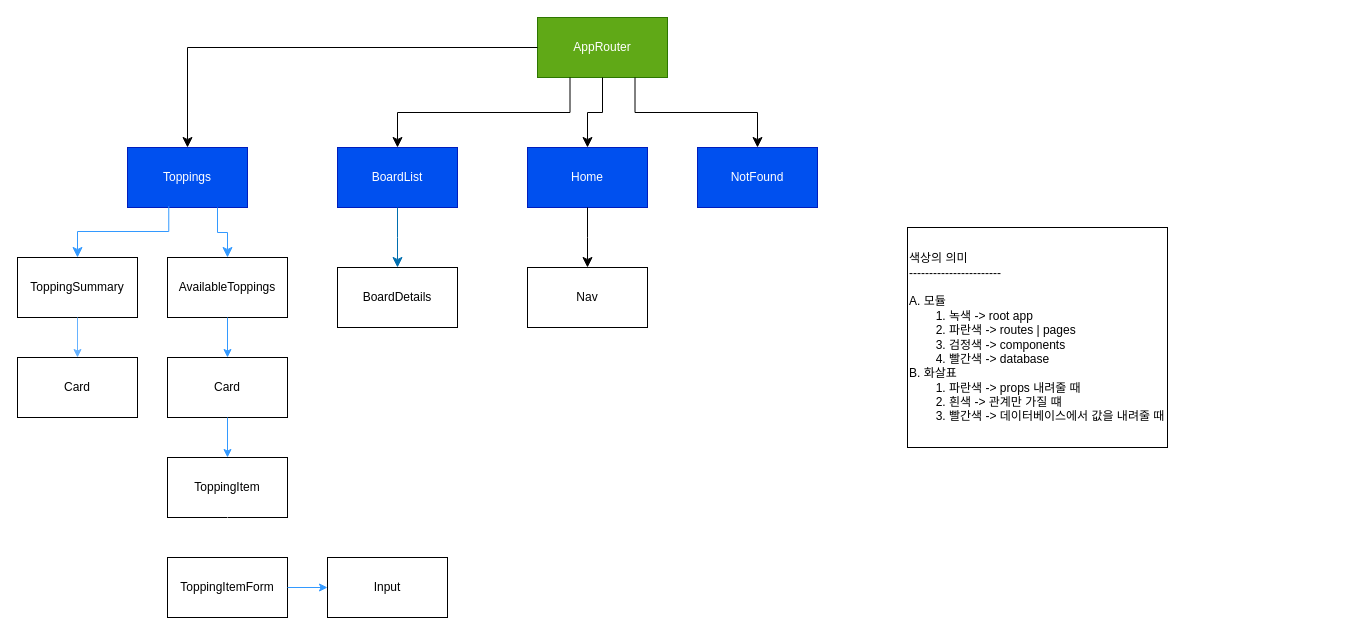
Earlier version of the draw.io diagram react/playground/document/컴포넌트-계통도.drawio (Doohwancho/javascript). Source tidied: cells renumbered, new cells numbered last; positions are measured from the earlier drawing's top-left corner, leaving out a move shared by most shapes. Both pictures are drawn from the tidied source at 100%, with x=0, y=0 at pixel (17, 17).
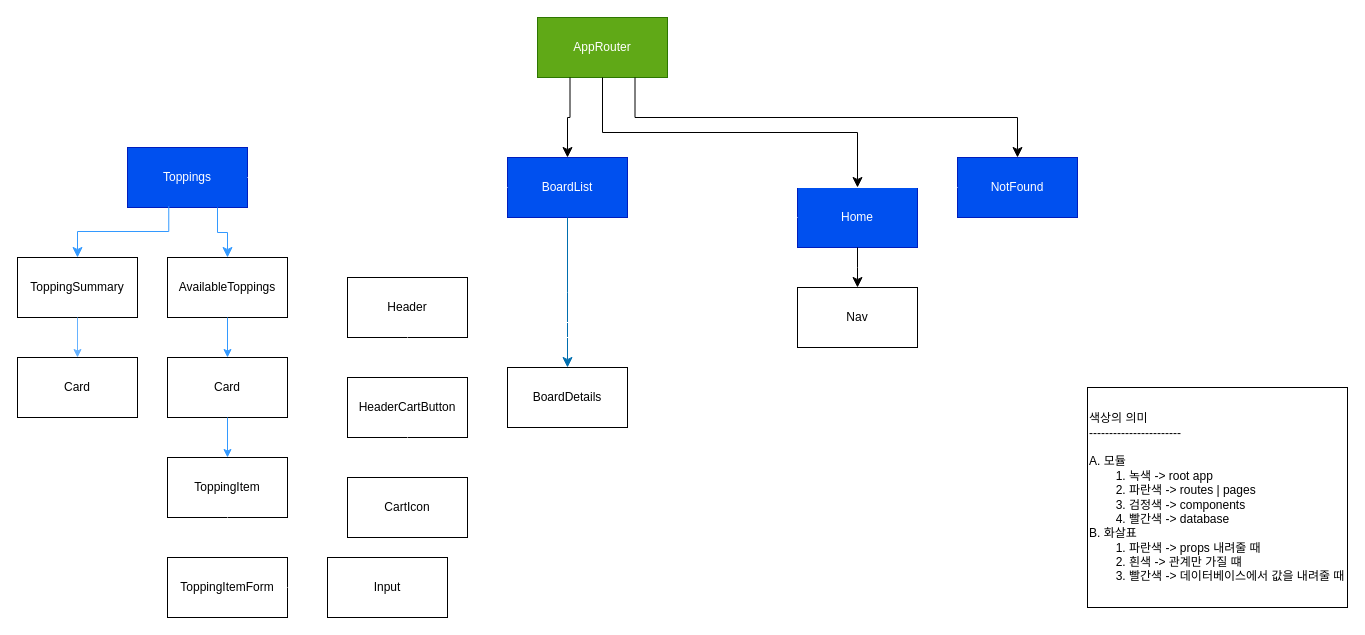
The same diagram, later.

The change refers to these unchanged cells:
```xml
<mxCell id="2" value="AppRouter" style="rounded=0;whiteSpace=wrap;html=1;fillColor=#60a917;fontColor=#ffffff;strokeColor=#2D7600;" parent="1" vertex="1">
  <mxGeometry x="520" width="130" height="60" as="geometry" />
</mxCell>
<mxCell id="14" value="Toppings" style="rounded=0;whiteSpace=wrap;html=1;fillColor=#0050ef;fontColor=#ffffff;strokeColor=#001DBC;" parent="1" vertex="1">
  <mxGeometry x="110" y="130" width="120" height="60" as="geometry" />
</mxCell>
<mxCell id="21" value="ToppingItemForm" style="rounded=0;whiteSpace=wrap;html=1;" parent="1" vertex="1">
  <mxGeometry x="150" y="540" width="120" height="60" as="geometry" />
</mxCell>
<mxCell id="28" value="Input" style="rounded=0;whiteSpace=wrap;html=1;" parent="1" vertex="1">
  <mxGeometry x="310" y="540" width="120" height="60" as="geometry" />
</mxCell>
```

The edit, as a diff of the source:
```diff
@@
     <mxCell id="3" value="Home" style="rounded=0;whiteSpace=wrap;html=1;fillColor=#0050ef;fontColor=#ffffff;strokeColor=#001DBC;" parent="1" vertex="1">
-      <mxGeometry x="510" y="130" width="120" height="60" as="geometry" />
+      <mxGeometry x="780" y="170" width="120" height="60" as="geometry" />
     </mxCell>
     <mxCell id="4" value="NotFound" style="rounded=0;whiteSpace=wrap;html=1;fillColor=#0050ef;fontColor=#ffffff;strokeColor=#001DBC;" parent="1" vertex="1">
-      <mxGeometry x="680" y="130" width="120" height="60" as="geometry" />
+      <mxGeometry x="940" y="140" width="120" height="60" as="geometry" />
     </mxCell>
     <mxCell id="5" value="Nav" style="rounded=0;whiteSpace=wrap;html=1;" parent="1" vertex="1">
-      <mxGeometry x="510" y="250" width="120" height="60" as="geometry" />
+      <mxGeometry x="780" y="270" width="120" height="60" as="geometry" />
     </mxCell>
@@
     <mxCell id="9" value="BoardDetails" style="rounded=0;whiteSpace=wrap;html=1;" parent="1" vertex="1">
-      <mxGeometry x="320" y="250" width="120" height="60" as="geometry" />
+      <mxGeometry x="490" y="350" width="120" height="60" as="geometry" />
     </mxCell>
     <mxCell id="10" value="BoardList" style="rounded=0;whiteSpace=wrap;html=1;fillColor=#0050ef;fontColor=#ffffff;strokeColor=#001DBC;" parent="1" vertex="1">
-      <mxGeometry x="320" y="130" width="120" height="60" as="geometry" />
+      <mxGeometry x="490" y="140" width="120" height="60" as="geometry" />
     </mxCell>
@@
     <mxCell id="13" value="색상의 의미&lt;br&gt;-----------------------&lt;br&gt;&lt;br&gt;A. 모듈&lt;br&gt;&lt;span style=&quot;white-space: pre;&quot;&gt;&#9;&lt;/span&gt;1. 녹색 -&amp;gt; root app&lt;br&gt;&lt;span style=&quot;white-space: pre;&quot;&gt;&#9;&lt;/span&gt;2. 파란색 -&amp;gt; routes | pages&lt;br&gt;&lt;span style=&quot;white-space: pre;&quot;&gt;&#9;&lt;/span&gt;3. 검정색 -&amp;gt; components&lt;br&gt;&lt;span style=&quot;white-space: pre;&quot;&gt;&#9;&lt;/span&gt;4. 빨간색 -&amp;gt; database&lt;br&gt;B. 화살표&lt;br&gt;&lt;span style=&quot;white-space: pre;&quot;&gt;&#9;&lt;/span&gt;1. 파란색 -&amp;gt; props 내려줄 때&lt;br&gt;&lt;span style=&quot;white-space: pre;&quot;&gt;&#9;&lt;/span&gt;2. 흰색 -&amp;gt; 관계만 가질 떄&lt;br&gt;&lt;span style=&quot;white-space: pre;&quot;&gt;&#9;&lt;/span&gt;3. 빨간색 -&amp;gt; 데이터베이스에서 값을 내려줄 때" style="rounded=0;whiteSpace=wrap;html=1;align=left;" parent="1" vertex="1">
-      <mxGeometry x="890" y="210" width="260" height="220" as="geometry" />
+      <mxGeometry x="1070" y="370" width="260" height="220" as="geometry" />
     </mxCell>
@@
-    <mxCell id="15" style="edgeStyle=segmentEdgeStyle;endArrow=classic;html=1;curved=0;rounded=0;endSize=8;startSize=8;exitX=0;exitY=0.5;exitDx=0;exitDy=0;entryX=0.5;entryY=0;entryDx=0;entryDy=0;" parent="1" edge="1" source="2" target="14">
-      <mxGeometry relative="1" as="geometry" />
-    </mxCell>
@@
-    <mxCell id="29" style="endArrow=classic;html=1;strokeColor=#3399FF;exitX=1;exitY=0.5;exitDx=0;exitDy=0;entryX=0;entryY=0.5;entryDx=0;entryDy=0;fillColor=#f5f5f5;" parent="1" edge="1" source="21" target="28">
+    <mxCell id="29" style="endArrow=classic;html=1;strokeColor=#FFFFFF;exitX=1;exitY=0.5;exitDx=0;exitDy=0;entryX=0;entryY=0.5;entryDx=0;entryDy=0;fillColor=#f5f5f5;" parent="1" edge="1" source="21" target="28">
       <mxGeometry relative="1" as="geometry" />
     </mxCell>
+    <mxCell id="30" value="Header" style="rounded=0;whiteSpace=wrap;html=1;" parent="1" vertex="1">
+      <mxGeometry x="330" y="260" width="120" height="60" as="geometry" />
+    </mxCell>
+    <mxCell id="31" value="HeaderCartButton" style="rounded=0;whiteSpace=wrap;html=1;" parent="1" vertex="1">
+      <mxGeometry x="330" y="360" width="120" height="60" as="geometry" />
+    </mxCell>
+    <mxCell id="32" style="endArrow=classic;html=1;strokeColor=#FFFFFF;exitX=0.5;exitY=1;exitDx=0;exitDy=0;entryX=0.5;entryY=0;entryDx=0;entryDy=0;" parent="1" edge="1" source="30" target="31">
+      <mxGeometry relative="1" as="geometry" />
+    </mxCell>
+    <mxCell id="15" style="edgeStyle=elbowEdgeStyle;elbow=vertical;endArrow=classic;html=1;curved=0;rounded=0;endSize=8;startSize=8;strokeColor=#FFFFFF;entryX=0.5;entryY=0;entryDx=0;entryDy=0;exitX=0.074;exitY=1.033;exitDx=0;exitDy=0;exitPerimeter=0;" parent="1" edge="1" source="2" target="14">
+      <mxGeometry relative="1" as="geometry" />
+    </mxCell>
+    <mxCell id="33" style="edgeStyle=elbowEdgeStyle;elbow=horizontal;endArrow=classic;html=1;curved=0;rounded=0;endSize=8;startSize=8;strokeColor=#FFFFFF;exitX=1;exitY=0.5;exitDx=0;exitDy=0;entryX=0;entryY=0.5;entryDx=0;entryDy=0;" parent="1" edge="1" source="14" target="30">
+      <mxGeometry relative="1" as="geometry" />
+    </mxCell>
+    <mxCell id="34" style="edgeStyle=elbowEdgeStyle;elbow=horizontal;endArrow=classic;html=1;curved=0;rounded=0;endSize=8;startSize=8;strokeColor=#FFFFFF;exitX=0;exitY=0.5;exitDx=0;exitDy=0;entryX=1;entryY=0.5;entryDx=0;entryDy=0;" parent="1" edge="1" source="10" target="30">
+      <mxGeometry relative="1" as="geometry" />
+    </mxCell>
+    <mxCell id="35" style="edgeStyle=elbowEdgeStyle;elbow=horizontal;endArrow=classic;html=1;curved=0;rounded=0;endSize=8;startSize=8;strokeColor=#FFFFFF;exitX=0;exitY=0.5;exitDx=0;exitDy=0;entryX=1;entryY=0.75;entryDx=0;entryDy=0;" parent="1" edge="1" source="3" target="30">
+      <mxGeometry relative="1" as="geometry" />
+    </mxCell>
+    <mxCell id="36" style="edgeStyle=elbowEdgeStyle;elbow=horizontal;endArrow=classic;html=1;curved=0;rounded=0;endSize=8;startSize=8;strokeColor=#FFFFFF;exitX=0;exitY=0.5;exitDx=0;exitDy=0;entryX=1;entryY=1;entryDx=0;entryDy=0;" parent="1" edge="1" source="4" target="30">
+      <mxGeometry relative="1" as="geometry" />
+    </mxCell>
+    <mxCell id="37" value="CartIcon" style="whiteSpace=wrap;html=1;" parent="1" vertex="1">
+      <mxGeometry x="330" y="460" width="120" height="60" as="geometry" />
+    </mxCell>
+    <mxCell id="38" style="endArrow=classic;html=1;strokeColor=#FFFFFF;exitX=0.5;exitY=1;exitDx=0;exitDy=0;entryX=0.5;entryY=0;entryDx=0;entryDy=0;" parent="1" edge="1" source="31" target="37">
+      <mxGeometry relative="1" as="geometry" />
+    </mxCell>
```
